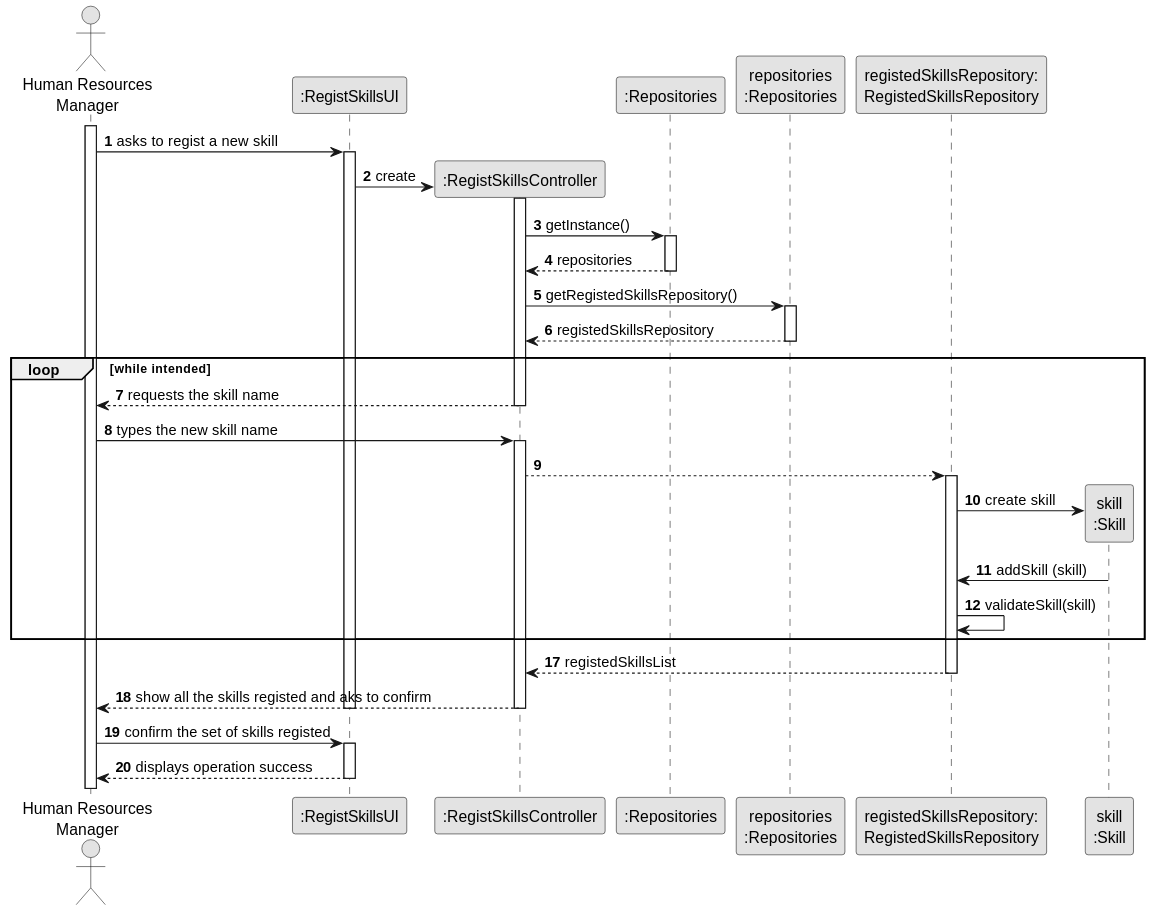
This is docs/sprint2/us001/03.design/svg/us001-sequence-diagram-full.svg from 1231360-ISEP/lei-24-s2-1db-g021, a PlantUML export, as it was before one commit. Its diagram source:
```plantuml
@startuml
skinparam monochrome true
skinparam packageStyle rectangle
skinparam shadowing false

actor "Human Resources\nManager" as HRM
participant ":RegistSkillsUI" as UI
participant ":RegistSkillsController" as CTRL
participant ":Repositories" as RepositorySingleton
participant "repositories\n:Repositories" as PLAT
participant "registedSkillsRepository:\nRegistedSkillsRepository" as RegistedSkillsRepository
participant "skill\n:Skill" as TAREFA

autonumber 1

activate HRM

    HRM -> UI : asks to regist a new skill
    activate UI

        UI -> CTRL** : create

        activate CTRL

        CTRL -> RepositorySingleton : getInstance()
        activate RepositorySingleton

            RepositorySingleton --> CTRL: repositories
        deactivate RepositorySingleton

        CTRL -> PLAT : getRegistedSkillsRepository()
        activate PLAT

            PLAT --> CTRL: registedSkillsRepository
        deactivate PLAT

    loop while intended
            CTRL --> HRM : requests the skill name
        deactivate CTRL

        HRM -> CTRL : types the new skill name
        activate CTRL

            CTRL --> RegistedSkillsRepository

            activate RegistedSkillsRepository

                RegistedSkillsRepository -> TAREFA**: create skill
                TAREFA -> RegistedSkillsRepository: addSkill (skill)

                    RegistedSkillsRepository -> RegistedSkillsRepository: validateSkill(skill)

                autonumber 17

    end
                RegistedSkillsRepository --> CTRL : registedSkillsList

            deactivate RegistedSkillsRepository

        CTRL --> HRM : show all the skills registed and aks to confirm

            deactivate CTRL
            deactivate UI

    HRM -> UI : confirm the set of skills registed
    activate UI

    UI --> HRM : displays operation success
    deactivate UI
@enduml
```
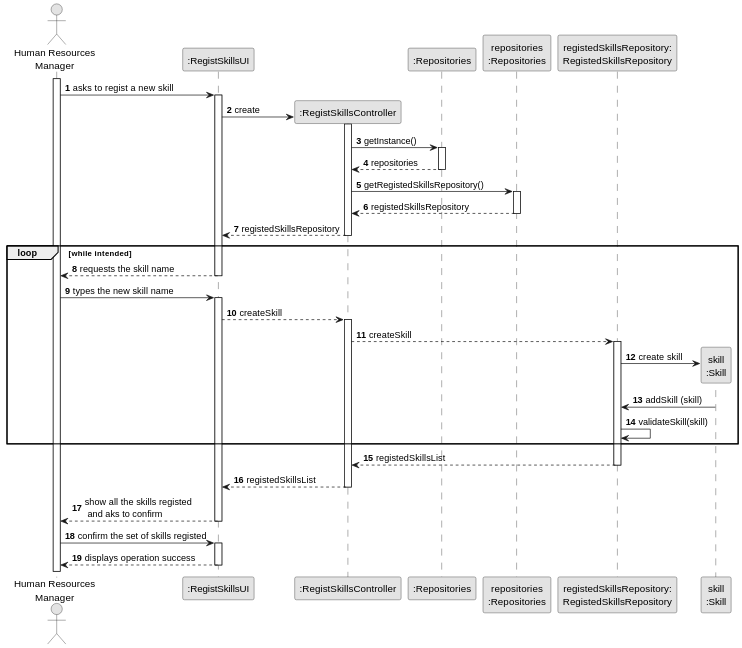
After the change.

What changed in the source:
```diff
@@ -34,14 +34,20 @@
             PLAT --> CTRL: registedSkillsRepository
         deactivate PLAT
 
-    loop while intended
-            CTRL --> HRM : requests the skill name
+        UI <-- CTRL : registedSkillsRepository
         deactivate CTRL
 
-        HRM -> CTRL : types the new skill name
+    loop while intended
+            UI --> HRM : requests the skill name
+        deactivate UI
+
+        HRM -> UI : types the new skill name
+        activate UI
+            UI --> CTRL: createSkill
         activate CTRL
 
-            CTRL --> RegistedSkillsRepository
+
+            CTRL --> RegistedSkillsRepository : createSkill
 
             activate RegistedSkillsRepository
 
@@ -50,17 +56,17 @@
 
                     RegistedSkillsRepository -> RegistedSkillsRepository: validateSkill(skill)
 
-                autonumber 17
-
     end
                 RegistedSkillsRepository --> CTRL : registedSkillsList
-
             deactivate RegistedSkillsRepository
 
-        CTRL --> HRM : show all the skills registed and aks to confirm
+            CTRL --> UI : registedSkillsList
+        deactivate CTRL
+
+        UI --> HRM : show all the skills registed\n and aks to confirm
 
             deactivate CTRL
-            deactivate UI
+        deactivate UI
 
     HRM -> UI : confirm the set of skills registed
     activate UI
```
